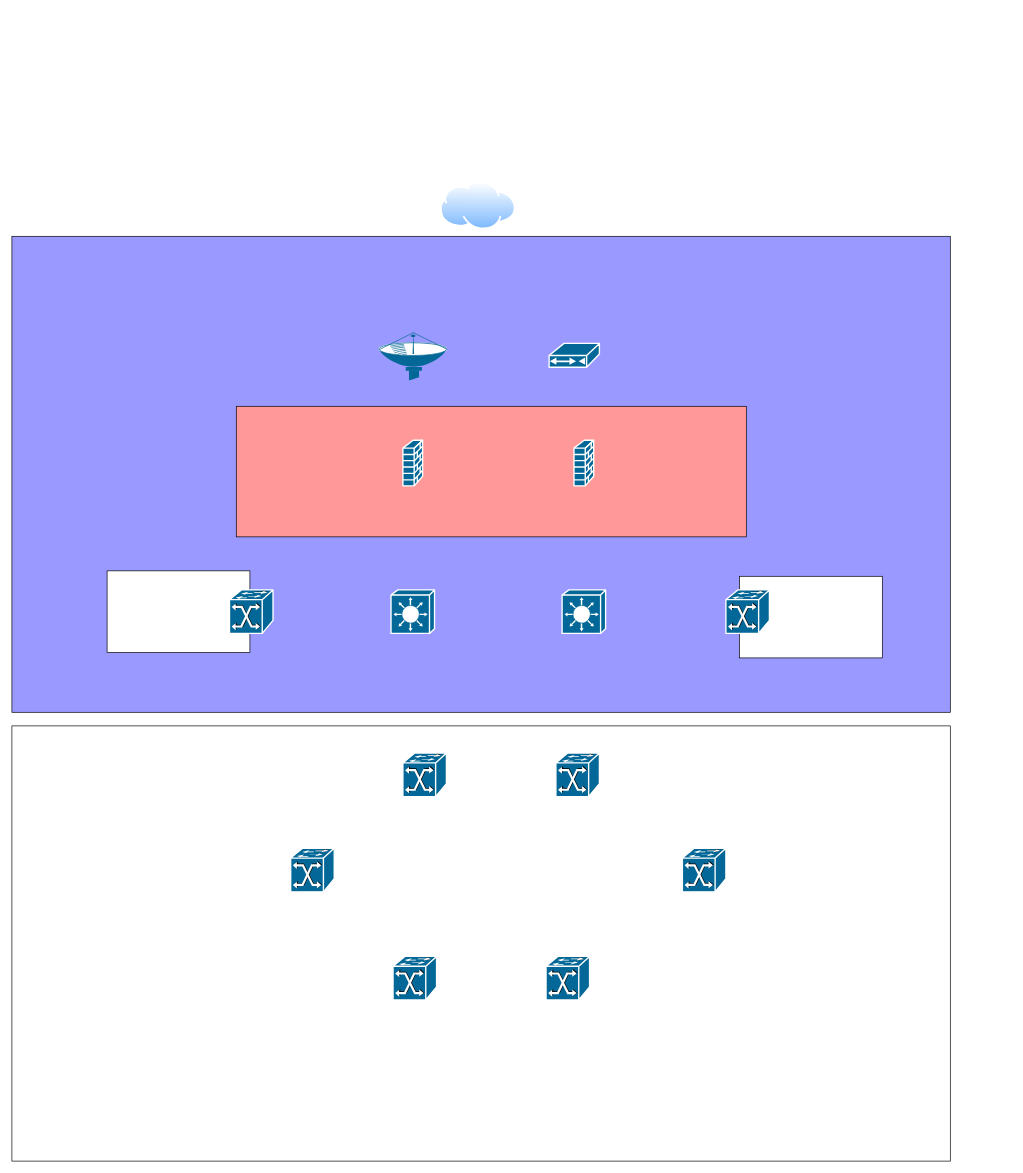
This is Diagramme sans nom.drawio from alexetne/MSPR33, a draw.io file, before an edit. Source tidied: cells renumbered, new cells numbered last; positions are measured from the earlier drawing's top-left corner, leaving out a move shared by most shapes. Both pictures are drawn from the tidied source at 68%, with x=0, y=0 at pixel (12, 182).
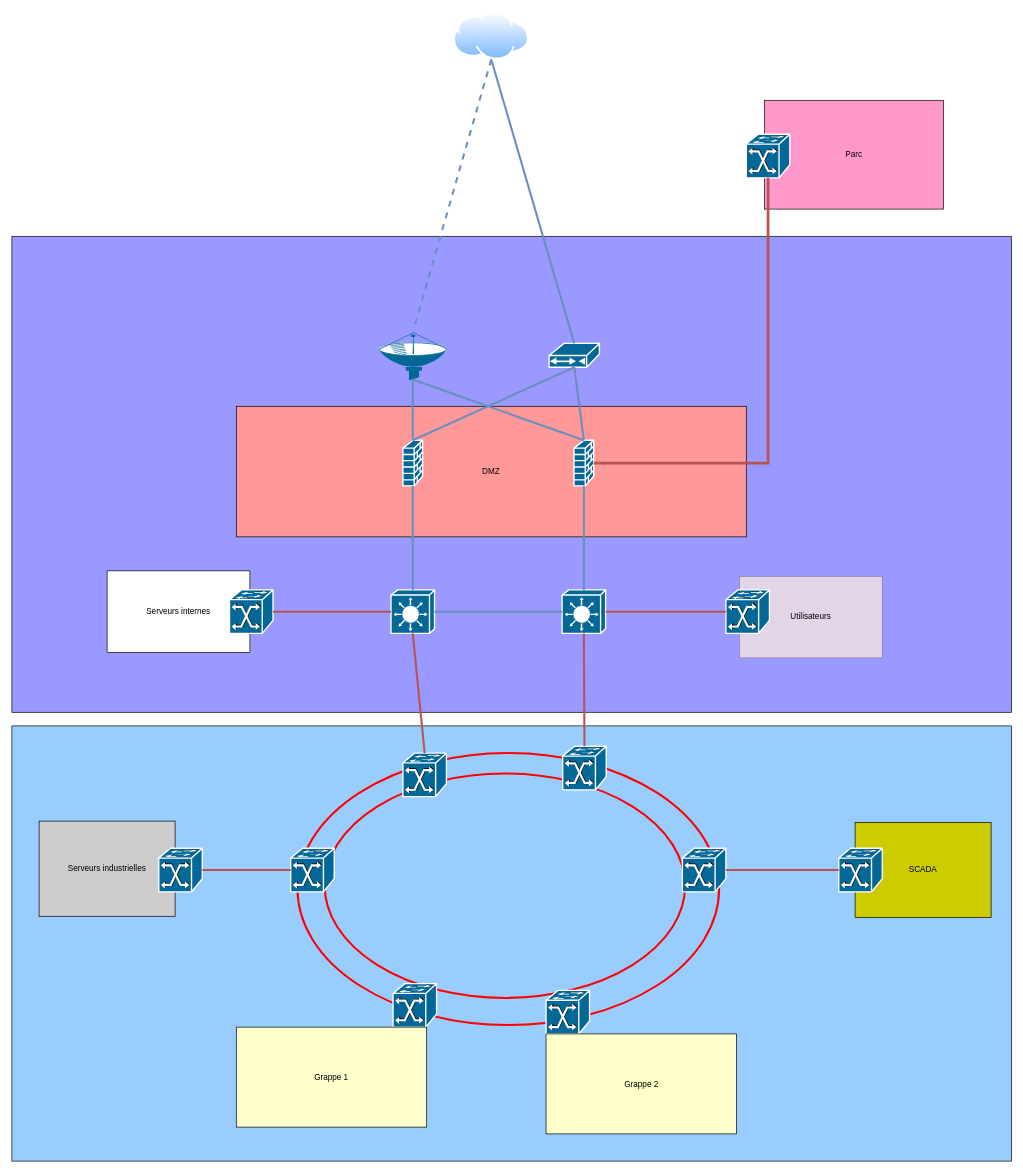
After the change.

Commit message (it also covers changes not shown here):
Mettre à jour Diagramme sans nom.drawio

The change refers to these unchanged cells:
```xml
<mxCell id="8" style="shape=mxgraph.cisco.wireless.satellite_dish;sketch=0;html=1;dashed=0;fillColor=#036897;strokeColor=#ffffff;strokeWidth=2;verticalLabelPosition=bottom;verticalAlign=top;align=center;outlineConnect=0;" parent="1" vertex="1">
  <mxGeometry x="540" y="218" width="99" height="74" as="geometry" />
</mxCell>
<mxCell id="9" style="shape=mxgraph.cisco.security.firewall;sketch=0;html=1;dashed=0;fillColor=#036897;strokeColor=#ffffff;strokeWidth=2;verticalLabelPosition=bottom;verticalAlign=top;align=center;outlineConnect=0;" parent="1" vertex="1">
  <mxGeometry x="575" y="380" width="29" height="67" as="geometry" />
</mxCell>
<mxCell id="10" style="shape=mxgraph.cisco.security.firewall;sketch=0;html=1;dashed=0;fillColor=#036897;strokeColor=#ffffff;strokeWidth=2;verticalLabelPosition=bottom;verticalAlign=top;align=center;outlineConnect=0;" parent="1" vertex="1">
  <mxGeometry x="826.6" y="380" width="29" height="67" as="geometry" />
</mxCell>
<mxCell id="11" style="shape=mxgraph.cisco.modems_and_phones.cable_modem;sketch=0;html=1;dashed=0;fillColor=#036897;strokeColor=#ffffff;strokeWidth=2;verticalLabelPosition=bottom;verticalAlign=top;align=center;outlineConnect=0;" parent="1" vertex="1">
  <mxGeometry x="790" y="237.5" width="74" height="35" as="geometry" />
</mxCell>
<mxCell id="12" style="shape=mxgraph.cisco.switches.layer_3_switch;sketch=0;html=1;dashed=0;fillColor=#036897;strokeColor=#ffffff;strokeWidth=2;verticalLabelPosition=bottom;verticalAlign=top;align=center;outlineConnect=0;" parent="1" vertex="1">
  <mxGeometry x="557.5" y="600" width="64" height="64" as="geometry" />
</mxCell>
<mxCell id="13" style="shape=mxgraph.cisco.switches.layer_3_switch;sketch=0;html=1;dashed=0;fillColor=#036897;strokeColor=#ffffff;strokeWidth=2;verticalLabelPosition=bottom;verticalAlign=top;align=center;outlineConnect=0;" parent="1" vertex="1">
  <mxGeometry x="809.1" y="600" width="64" height="64" as="geometry" />
</mxCell>
<mxCell id="14" style="shape=mxgraph.cisco.switches.atm_fast_gigabit_etherswitch;sketch=0;html=1;dashed=0;fillColor=#036897;strokeColor=#ffffff;strokeWidth=2;verticalLabelPosition=bottom;verticalAlign=top;align=center;outlineConnect=0;" parent="1" vertex="1">
  <mxGeometry x="320" y="600" width="64" height="64" as="geometry" />
</mxCell>
<mxCell id="15" style="shape=mxgraph.cisco.switches.atm_fast_gigabit_etherswitch;sketch=0;html=1;dashed=0;fillColor=#036897;strokeColor=#ffffff;strokeWidth=2;verticalLabelPosition=bottom;verticalAlign=top;align=center;outlineConnect=0;" parent="1" vertex="1">
  <mxGeometry x="1050" y="600" width="64" height="64" as="geometry" />
</mxCell>
<mxCell id="17" style="shape=mxgraph.cisco.switches.atm_fast_gigabit_etherswitch;sketch=0;html=1;dashed=0;fillColor=#036897;strokeColor=#ffffff;strokeWidth=2;verticalLabelPosition=bottom;verticalAlign=top;align=center;outlineConnect=0;" parent="1" vertex="1">
  <mxGeometry x="575" y="840" width="64" height="64" as="geometry" />
</mxCell>
<mxCell id="18" style="shape=mxgraph.cisco.switches.atm_fast_gigabit_etherswitch;sketch=0;html=1;dashed=0;fillColor=#036897;strokeColor=#ffffff;strokeWidth=2;verticalLabelPosition=bottom;verticalAlign=top;align=center;outlineConnect=0;" parent="1" vertex="1">
  <mxGeometry x="986" y="980" width="64" height="64" as="geometry" />
</mxCell>
<mxCell id="19" style="shape=mxgraph.cisco.switches.atm_fast_gigabit_etherswitch;sketch=0;html=1;dashed=0;fillColor=#036897;strokeColor=#ffffff;strokeWidth=2;verticalLabelPosition=bottom;verticalAlign=top;align=center;outlineConnect=0;" parent="1" vertex="1">
  <mxGeometry x="410" y="980" width="64" height="64" as="geometry" />
</mxCell>
```

Diff of the diagram source:
```diff
@@
-    <mxCell id="2" style="rounded=0;whiteSpace=wrap;html=1;" parent="1" vertex="1">
-      <mxGeometry y="800" width="1380" height="640" as="geometry" />
+    <mxCell id="2" style="rounded=0;whiteSpace=wrap;html=1;fillColor=#99CCFF;" parent="1" vertex="1">
+      <mxGeometry y="800" width="1470" height="640" as="geometry" />
     </mxCell>
+    <mxCell id="22" style="ellipse;whiteSpace=wrap;html=1;fillColor=none;strokeWidth=3;strokeColor=#FF0000;" parent="1" vertex="1">
+      <mxGeometry x="420" y="840" width="620" height="400" as="geometry" />
+    </mxCell>
+    <mxCell id="23" style="ellipse;whiteSpace=wrap;html=1;fillColor=none;strokeWidth=3;strokeColor=#FF0000;" parent="1" vertex="1">
+      <mxGeometry x="460" y="870" width="530" height="330" as="geometry" />
+    </mxCell>
+    <mxCell id="24" value="Parc" style="rounded=0;whiteSpace=wrap;html=1;fillColor=#FF99CC;" parent="1" vertex="1">
+      <mxGeometry x="1107" y="-120" width="263" height="160" as="geometry" />
+    </mxCell>
+    <mxCell id="25" value="SCADA" style="rounded=0;whiteSpace=wrap;html=1;fillColor=#CCCC00;" parent="1" vertex="1">
+      <mxGeometry x="1240" y="942" width="200" height="140" as="geometry" />
+    </mxCell>
+    <mxCell id="26" value="Serveurs industrielles" style="rounded=0;whiteSpace=wrap;html=1;fillColor=#CCCCCC;" parent="1" vertex="1">
+      <mxGeometry x="40" y="940" width="200" height="140" as="geometry" />
+    </mxCell>
     <mxCell id="3" style="rounded=0;whiteSpace=wrap;html=1;fillColor=#9999FF;" parent="1" vertex="1">
-      <mxGeometry y="80" width="1380" height="700" as="geometry" />
+      <mxGeometry y="80" width="1470" height="700" as="geometry" />
     </mxCell>
-    <mxCell id="4" style="rounded=0;whiteSpace=wrap;html=1;" parent="1" vertex="1">
+    <mxCell id="4" value="Utilisateurs" style="rounded=0;whiteSpace=wrap;html=1;fillColor=#e1d5e7;strokeColor=#9673a6;" parent="1" vertex="1">
       <mxGeometry x="1070" y="580" width="210" height="120" as="geometry" />
     </mxCell>
-    <mxCell id="5" style="rounded=0;whiteSpace=wrap;html=1;" parent="1" vertex="1">
+    <mxCell id="5" value="Serveurs internes" style="rounded=0;whiteSpace=wrap;html=1;" parent="1" vertex="1">
       <mxGeometry x="140" y="572" width="210" height="120" as="geometry" />
     </mxCell>
-    <mxCell id="6" style="rounded=0;whiteSpace=wrap;html=1;fillColor=#FF9999;" parent="1" vertex="1">
+    <mxCell id="6" value="DMZ" style="rounded=0;whiteSpace=wrap;html=1;fillColor=#FF9999;" parent="1" vertex="1">
       <mxGeometry x="330" y="330" width="750" height="192" as="geometry" />
     </mxCell>
     <mxCell id="7" style="image;perimeter=ellipsePerimeter;html=1;align=center;shadow=0;dashed=0;spacingTop=3;image=img/lib/active_directory/internet_cloud.svg;" parent="1" vertex="1">
-      <mxGeometry x="630" width="111.1" height="70" as="geometry" />
+      <mxGeometry x="649.4" y="-250" width="111.1" height="70" as="geometry" />
     </mxCell>
@@
     <mxCell id="16" style="shape=mxgraph.cisco.switches.atm_fast_gigabit_etherswitch;sketch=0;html=1;dashed=0;fillColor=#036897;strokeColor=#ffffff;strokeWidth=2;verticalLabelPosition=bottom;verticalAlign=top;align=center;outlineConnect=0;" parent="1" vertex="1">
-      <mxGeometry x="800" y="840" width="64" height="64" as="geometry" />
+      <mxGeometry x="810" y="830" width="64" height="64" as="geometry" />
     </mxCell>
@@
     <mxCell id="20" style="shape=mxgraph.cisco.switches.atm_fast_gigabit_etherswitch;sketch=0;html=1;dashed=0;fillColor=#036897;strokeColor=#ffffff;strokeWidth=2;verticalLabelPosition=bottom;verticalAlign=top;align=center;" parent="1" vertex="1">
-      <mxGeometry x="785.5" y="1139" width="64" height="64" as="geometry" />
+      <mxGeometry x="785.5" y="1189" width="64" height="64" as="geometry" />
     </mxCell>
     <mxCell id="21" style="shape=mxgraph.cisco.switches.atm_fast_gigabit_etherswitch;sketch=0;html=1;dashed=0;fillColor=#036897;strokeColor=#ffffff;strokeWidth=2;verticalLabelPosition=bottom;verticalAlign=top;align=center;" parent="1" vertex="1">
-      <mxGeometry x="560.5" y="1139" width="64" height="64" as="geometry" />
+      <mxGeometry x="560.5" y="1179" width="64" height="64" as="geometry" />
     </mxCell>
+    <mxCell id="27" style="shape=mxgraph.cisco.switches.atm_fast_gigabit_etherswitch;sketch=0;html=1;dashed=0;fillColor=#036897;strokeColor=#ffffff;strokeWidth=2;verticalLabelPosition=bottom;verticalAlign=top;align=center;outlineConnect=0;" parent="1" vertex="1">
+      <mxGeometry x="216" y="980" width="64" height="64" as="geometry" />
+    </mxCell>
+    <mxCell id="28" style="shape=mxgraph.cisco.switches.atm_fast_gigabit_etherswitch;sketch=0;html=1;dashed=0;fillColor=#036897;strokeColor=#ffffff;strokeWidth=2;verticalLabelPosition=bottom;verticalAlign=top;align=center;outlineConnect=0;" parent="1" vertex="1">
+      <mxGeometry x="1216" y="980" width="64" height="64" as="geometry" />
+    </mxCell>
+    <mxCell id="29" value="Grappe 1" style="rounded=0;whiteSpace=wrap;html=1;fillColor=#FFFFCC;" parent="1" vertex="1">
+      <mxGeometry x="330" y="1243" width="280" height="147" as="geometry" />
+    </mxCell>
+    <mxCell id="30" value="Grappe 2" style="rounded=0;whiteSpace=wrap;html=1;fillColor=#FFFFCC;" parent="1" vertex="1">
+      <mxGeometry x="785.5" y="1253" width="280" height="147" as="geometry" />
+    </mxCell>
+    <mxCell id="31" style="shape=mxgraph.cisco.switches.atm_fast_gigabit_etherswitch;sketch=0;html=1;dashed=0;fillColor=#036897;strokeColor=#ffffff;strokeWidth=2;verticalLabelPosition=bottom;verticalAlign=top;align=center;outlineConnect=0;" parent="1" vertex="1">
+      <mxGeometry x="1080" y="-70" width="64" height="64" as="geometry" />
+    </mxCell>
+    <mxCell id="32" style="edgeStyle=none;rounded=0;jettySize=auto;html=1;exitX=0.5;exitY=1;exitDx=0;exitDy=0;entryX=0.51;entryY=0;entryDx=0;entryDy=0;entryPerimeter=0;endArrow=none;startFill=0;dashed=1;strokeWidth=3;fillColor=#dae8fc;strokeColor=#6c8ebf;" parent="1" edge="1" source="7" target="8">
+      <mxGeometry relative="1" as="geometry" />
+    </mxCell>
+    <mxCell id="33" style="edgeStyle=none;rounded=0;jettySize=auto;html=1;exitX=0.5;exitY=1;exitDx=0;exitDy=0;entryX=0.5;entryY=0;entryDx=0;entryDy=0;entryPerimeter=0;endArrow=none;startFill=0;strokeWidth=3;fillColor=#dae8fc;strokeColor=#6c8ebf;" parent="1" edge="1" source="7" target="11">
+      <mxGeometry relative="1" as="geometry" />
+    </mxCell>
+    <mxCell id="34" style="edgeStyle=none;rounded=0;jettySize=auto;html=1;exitX=0.5;exitY=0.98;exitDx=0;exitDy=0;exitPerimeter=0;entryX=0.5;entryY=0;entryDx=0;entryDy=0;entryPerimeter=0;strokeWidth=3;fillColor=#dae8fc;strokeColor=#6c8ebf;endArrow=none;startFill=0;" parent="1" edge="1" source="8" target="10">
+      <mxGeometry relative="1" as="geometry" />
+    </mxCell>
+    <mxCell id="35" style="edgeStyle=none;rounded=0;jettySize=auto;html=1;exitX=0.5;exitY=1;exitDx=0;exitDy=0;exitPerimeter=0;entryX=0.5;entryY=0;entryDx=0;entryDy=0;entryPerimeter=0;strokeWidth=3;fillColor=#dae8fc;strokeColor=#6c8ebf;endArrow=none;startFill=0;" parent="1" edge="1" source="11" target="9">
+      <mxGeometry relative="1" as="geometry" />
+    </mxCell>
+    <mxCell id="36" style="edgeStyle=none;rounded=0;jettySize=auto;html=1;exitX=0.5;exitY=1;exitDx=0;exitDy=0;exitPerimeter=0;entryX=0.5;entryY=0;entryDx=0;entryDy=0;entryPerimeter=0;strokeWidth=3;fillColor=#dae8fc;strokeColor=#6c8ebf;endArrow=none;startFill=0;" parent="1" edge="1" source="11" target="10">
+      <mxGeometry relative="1" as="geometry" />
+    </mxCell>
+    <mxCell id="37" style="edgeStyle=none;rounded=0;jettySize=auto;html=1;exitX=0.5;exitY=0.98;exitDx=0;exitDy=0;exitPerimeter=0;entryX=0.5;entryY=0;entryDx=0;entryDy=0;entryPerimeter=0;strokeWidth=3;fillColor=#dae8fc;strokeColor=#6c8ebf;endArrow=none;startFill=0;" parent="1" edge="1" source="8" target="9">
+      <mxGeometry relative="1" as="geometry" />
+    </mxCell>
+    <mxCell id="38" style="edgeStyle=none;rounded=0;jettySize=auto;html=1;exitX=0.5;exitY=1;exitDx=0;exitDy=0;exitPerimeter=0;entryX=0.5;entryY=0;entryDx=0;entryDy=0;entryPerimeter=0;fillColor=#dae8fc;strokeColor=#6c8ebf;strokeWidth=3;endArrow=none;startFill=0;" parent="1" edge="1" source="10" target="13">
+      <mxGeometry relative="1" as="geometry" />
+    </mxCell>
+    <mxCell id="39" style="edgeStyle=none;rounded=0;jettySize=auto;html=1;exitX=0.5;exitY=1;exitDx=0;exitDy=0;exitPerimeter=0;entryX=0.5;entryY=0;entryDx=0;entryDy=0;entryPerimeter=0;fillColor=#dae8fc;strokeColor=#6c8ebf;strokeWidth=3;endArrow=none;startFill=0;" parent="1" edge="1" source="9" target="12">
+      <mxGeometry relative="1" as="geometry" />
+    </mxCell>
+    <mxCell id="40" style="edgeStyle=none;rounded=0;jettySize=auto;html=1;exitX=1;exitY=0.5;exitDx=0;exitDy=0;exitPerimeter=0;entryX=0;entryY=0.5;entryDx=0;entryDy=0;entryPerimeter=0;fillColor=#dae8fc;strokeColor=#6c8ebf;strokeWidth=3;endArrow=none;startFill=0;" parent="1" edge="1" source="12" target="13">
+      <mxGeometry relative="1" as="geometry" />
+    </mxCell>
+    <mxCell id="41" style="edgeStyle=none;rounded=0;jettySize=auto;html=1;exitX=1;exitY=0.5;exitDx=0;exitDy=0;exitPerimeter=0;entryX=0;entryY=0.5;entryDx=0;entryDy=0;entryPerimeter=0;fillColor=#f8cecc;strokeColor=#b85450;strokeWidth=3;endArrow=none;startFill=0;" parent="1" edge="1" source="13" target="15">
+      <mxGeometry relative="1" as="geometry" />
+    </mxCell>
+    <mxCell id="42" style="edgeStyle=none;rounded=0;jettySize=auto;html=1;exitX=0;exitY=0.5;exitDx=0;exitDy=0;exitPerimeter=0;entryX=1;entryY=0.5;entryDx=0;entryDy=0;entryPerimeter=0;fillColor=#f8cecc;strokeColor=#b85450;strokeWidth=3;endArrow=none;startFill=0;" parent="1" edge="1" source="12" target="14">
+      <mxGeometry relative="1" as="geometry" />
+    </mxCell>
+    <mxCell id="43" style="edgeStyle=none;rounded=0;jettySize=auto;html=1;exitX=1;exitY=0.5;exitDx=0;exitDy=0;exitPerimeter=0;entryX=0;entryY=0.5;entryDx=0;entryDy=0;entryPerimeter=0;endArrow=none;startFill=0;fillColor=#f8cecc;strokeColor=#b85450;strokeWidth=3;" parent="1" edge="1" source="27" target="19">
+      <mxGeometry relative="1" as="geometry" />
+    </mxCell>
+    <mxCell id="44" style="edgeStyle=none;rounded=0;jettySize=auto;html=1;exitX=0;exitY=0.5;exitDx=0;exitDy=0;exitPerimeter=0;entryX=1;entryY=0.5;entryDx=0;entryDy=0;entryPerimeter=0;fillColor=#f8cecc;strokeColor=#b85450;endArrow=none;startFill=0;strokeWidth=3;" parent="1" edge="1" source="28" target="18">
+      <mxGeometry relative="1" as="geometry" />
+    </mxCell>
+    <mxCell id="45" style="edgeStyle=none;rounded=0;jettySize=auto;html=1;exitX=0.5;exitY=0;exitDx=0;exitDy=0;exitPerimeter=0;entryX=0.5;entryY=1;entryDx=0;entryDy=0;entryPerimeter=0;endArrow=none;startFill=0;fillColor=#f8cecc;strokeColor=#b85450;strokeWidth=3;" parent="1" edge="1" source="17" target="12">
+      <mxGeometry relative="1" as="geometry" />
+    </mxCell>
+    <mxCell id="46" style="edgeStyle=none;rounded=0;jettySize=auto;html=1;exitX=0.5;exitY=0;exitDx=0;exitDy=0;exitPerimeter=0;entryX=0.5;entryY=1;entryDx=0;entryDy=0;entryPerimeter=0;endArrow=none;startFill=0;fillColor=#f8cecc;strokeColor=#b85450;strokeWidth=3;" parent="1" edge="1" source="16" target="13">
+      <mxGeometry relative="1" as="geometry" />
+    </mxCell>
+    <mxCell id="47" style="edgeStyle=orthogonalEdgeStyle;rounded=0;jettySize=auto;html=1;exitX=1;exitY=0.5;exitDx=0;exitDy=0;exitPerimeter=0;entryX=0.5;entryY=1;entryDx=0;entryDy=0;entryPerimeter=0;endArrow=none;startFill=0;fillColor=#f8cecc;strokeColor=#b85450;strokeWidth=4;" parent="1" edge="1" source="10" target="31">
+      <mxGeometry relative="1" as="geometry" />
+    </mxCell>
```
